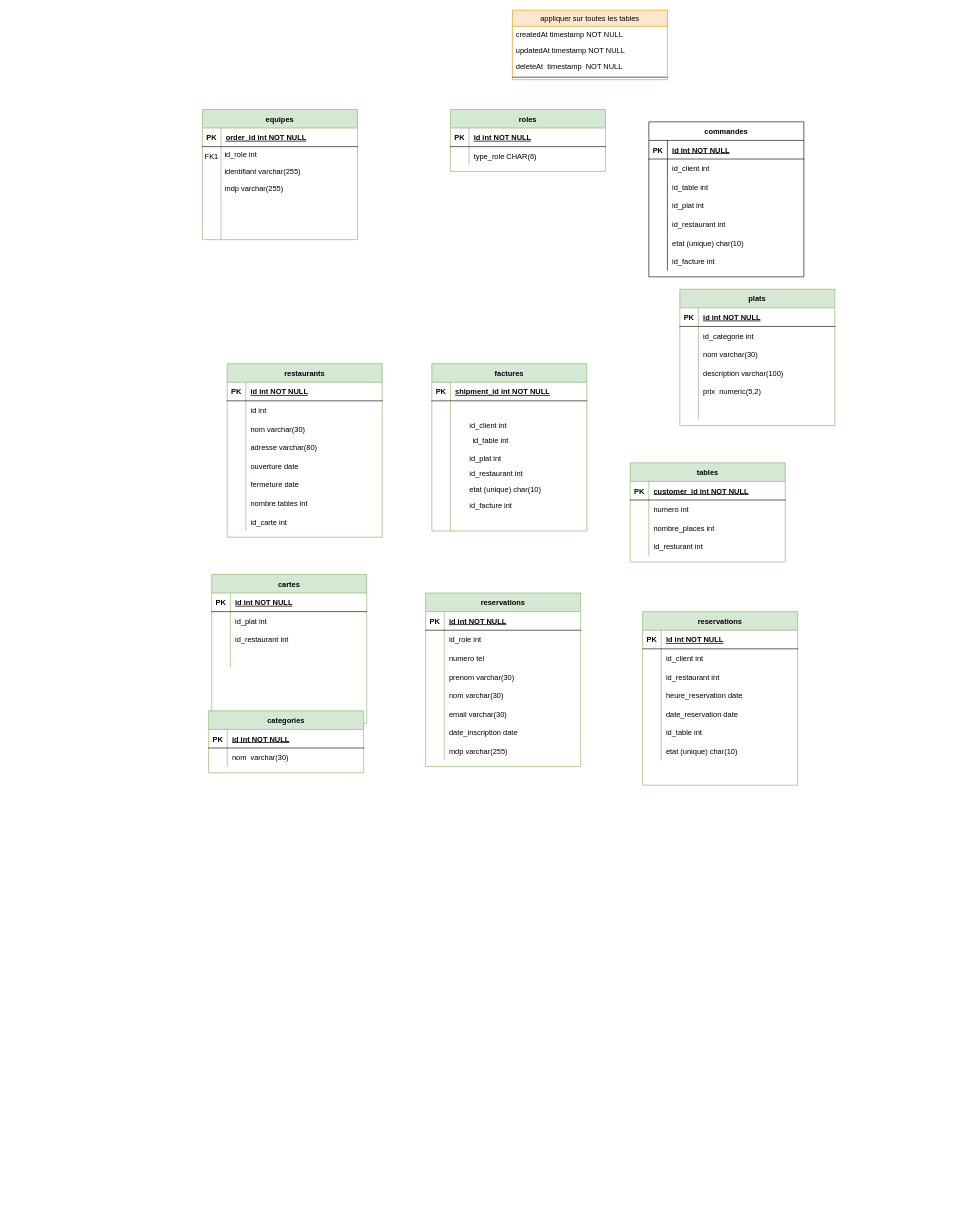
Above: TPFilRouge_Bdd.drawio in Owrow/ProjetFilRouge (draw.io), before the change. Source tidied: cells renumbered, new cells numbered last; positions are measured from the earlier drawing's top-left corner, leaving out a move shared by most shapes. Both pictures are drawn from the tidied source at 62%, with x=0, y=0 at pixel (202, 10).
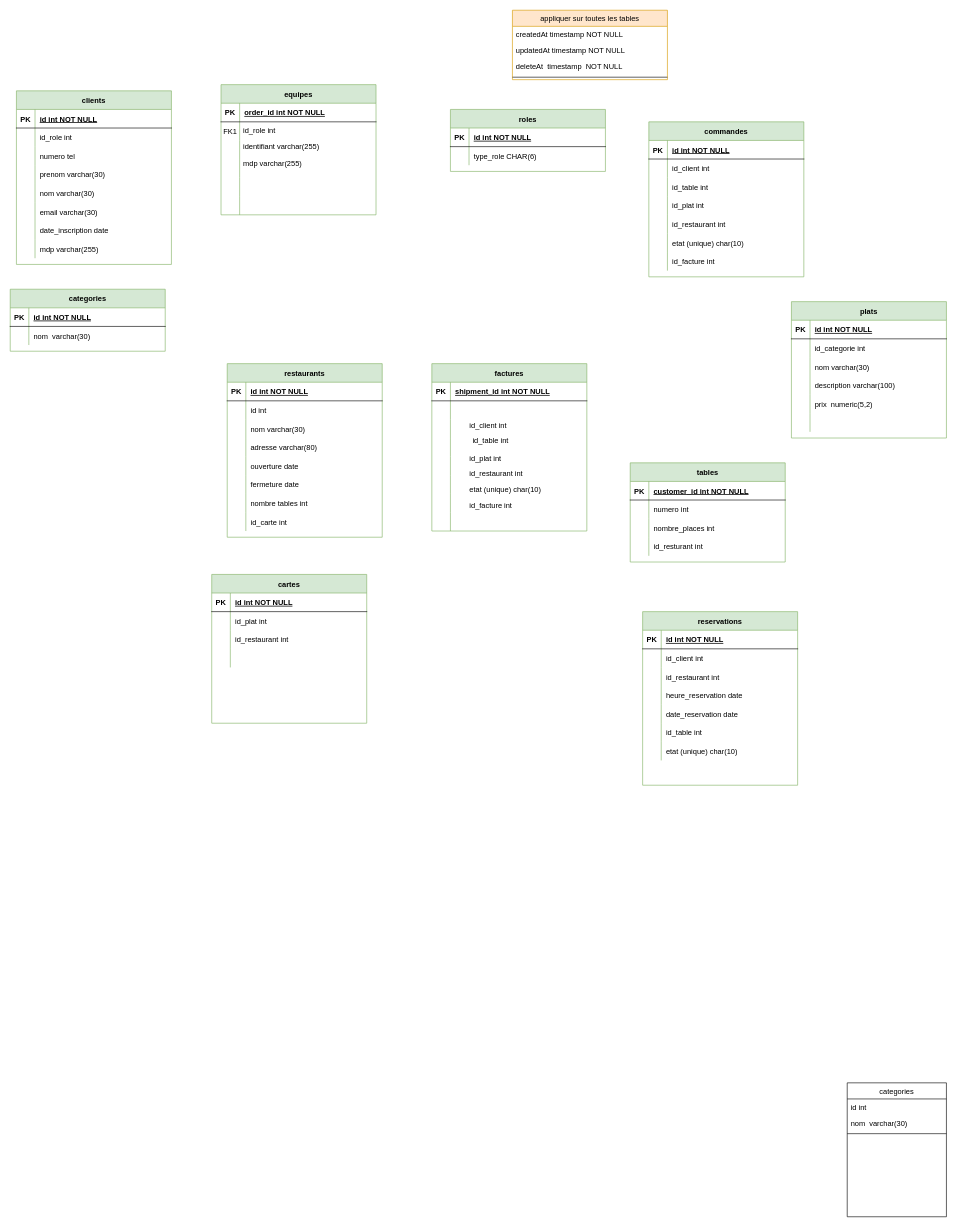
After the change.

Commit message (it also covers changes not shown here):
Mettre à jour TPFilRouge_Bdd.drawio

What changed in the source:
```diff
@@
+    <mxCell id="215" value="categories" style="swimlane;fontStyle=0;align=center;verticalAlign=top;horizontal=1;startSize=26;rounded=0;shadow=0;strokeWidth=1;" parent="1" vertex="1">
+      <mxGeometry x="1040" y="1730" width="160" height="216" as="geometry" />
+    </mxCell>
+    <mxCell id="216" value="id int" style="text;align=left;verticalAlign=top;spacingLeft=4;spacingRight=4;overflow=hidden;rounded=0;shadow=0;html=0;" parent="215" vertex="1">
+      <mxGeometry y="26" width="160" height="26" as="geometry" />
+    </mxCell>
+    <mxCell id="217" value="nom  varchar(30)" style="text;align=left;verticalAlign=top;spacingLeft=4;spacingRight=4;overflow=hidden;rounded=0;shadow=0;html=0;" parent="215" vertex="1">
+      <mxGeometry y="52" width="160" height="26" as="geometry" />
+    </mxCell>
+    <mxCell id="218" style="line;html=1;strokeWidth=1;align=left;verticalAlign=middle;spacingTop=-1;spacingLeft=3;spacingRight=3;labelPosition=right;" parent="215" vertex="1">
+      <mxGeometry y="78" width="160" height="8" as="geometry" />
+    </mxCell>
@@
     <mxCell id="71" style="group;" parent="1" vertex="1">
-      <mxGeometry y="160" width="250" height="210" as="geometry" />
+      <mxGeometry x="30" y="120" width="250" height="210" as="geometry" />
     </mxCell>
@@
-    <mxCell id="94" value="commandes" style="shape=table;startSize=30;childLayout=tableLayout;rowLines=0;fontStyle=1;align=center;" parent="1" vertex="1">
+    <mxCell id="94" value="commandes" style="shape=table;startSize=30;childLayout=tableLayout;rowLines=0;fontStyle=1;align=center;fillColor=#d5e8d4;strokeColor=#82b366;" parent="1" vertex="1">
       <mxGeometry x="720" y="180" width="250" height="250" as="geometry" />
     </mxCell>
@@
     <mxCell id="116" value="plats" style="shape=table;startSize=30;childLayout=tableLayout;rowLines=0;fontStyle=1;align=center;fillColor=#d5e8d4;strokeColor=#82b366;" parent="1" vertex="1">
-      <mxGeometry x="770" y="450" width="250" height="220" as="geometry" />
+      <mxGeometry x="950" y="470" width="250" height="220" as="geometry" />
     </mxCell>
@@
     <mxCell id="183" value="categories" style="shape=table;startSize=30;childLayout=tableLayout;rowLines=0;fontStyle=1;align=center;fillColor=#d5e8d4;strokeColor=#82b366;" parent="1" vertex="1">
-      <mxGeometry x="10" y="1130" width="250" height="100" as="geometry" />
+      <mxGeometry x="-310" y="450" width="250" height="100" as="geometry" />
     </mxCell>
@@
-    <mxCell id="190" value="reservations" style="shape=table;startSize=30;childLayout=tableLayout;rowLines=0;fontStyle=1;align=center;fillColor=#d5e8d4;strokeColor=#82b366;" parent="1" vertex="1">
-      <mxGeometry x="360" y="940" width="250" height="280" as="geometry" />
-    </mxCell>
+    <mxCell id="219" value="clients" style="shape=table;startSize=30;childLayout=tableLayout;rowLines=0;fontStyle=1;align=center;fillColor=#d5e8d4;strokeColor=#82b366;" parent="1" vertex="1">
+      <mxGeometry x="-300" y="130" width="250" height="280" as="geometry" />
+    </mxCell>
-    <mxCell id="191" style="shape=partialRectangle;fillColor=none;top=0;left=0;right=0;bottom=1;" parent="190" vertex="1">
+    <mxCell id="191" style="shape=partialRectangle;fillColor=none;top=0;left=0;right=0;bottom=1;" parent="219" vertex="1">
       <mxGeometry y="30" width="250" height="30" as="geometry" />
     </mxCell>
@@
-    <mxCell id="193" value="id int NOT NULL " style="shape=partialRectangle;overflow=hidden;fillColor=none;top=0;left=0;bottom=0;right=0;align=left;spacingLeft=6;fontStyle=5;" parent="191" vertex="1">
+    <mxCell id="193" value="id int NOT NULL" style="shape=partialRectangle;overflow=hidden;fillColor=none;top=0;left=0;bottom=0;right=0;align=left;spacingLeft=6;fontStyle=5;" parent="191" vertex="1">
       <mxGeometry x="30" width="220" height="30" as="geometry" />
     </mxCell>
-    <mxCell id="194" style="shape=partialRectangle;fillColor=none;top=0;left=0;right=0;bottom=0;" parent="190" vertex="1">
+    <mxCell id="194" style="shape=partialRectangle;fillColor=none;top=0;left=0;right=0;bottom=0;" parent="219" vertex="1">
       <mxGeometry y="60" width="250" height="30" as="geometry" />
     </mxCell>
-    <mxCell id="195" style="shape=partialRectangle;overflow=hidden;fillColor=none;top=0;left=0;bottom=0;right=0;" parent="194" vertex="1">
-      <mxGeometry width="30" height="30" as="geometry" />
-    </mxCell>
+    <mxCell id="220" style="shape=partialRectangle;overflow=hidden;fillColor=none;top=0;left=0;bottom=0;right=0;" parent="194" vertex="1">
+      <mxGeometry width="30" height="30" as="geometry" />
+    </mxCell>
@@
-    <mxCell id="197" style="shape=partialRectangle;fillColor=none;top=0;left=0;right=0;bottom=0;" parent="190" vertex="1">
+    <mxCell id="197" style="shape=partialRectangle;fillColor=none;top=0;left=0;right=0;bottom=0;" parent="219" vertex="1">
       <mxGeometry y="90" width="250" height="30" as="geometry" />
     </mxCell>
-    <mxCell id="198" style="shape=partialRectangle;overflow=hidden;fillColor=none;top=0;left=0;bottom=0;right=0;" parent="197" vertex="1">
-      <mxGeometry width="30" height="30" as="geometry" />
-    </mxCell>
+    <mxCell id="221" style="shape=partialRectangle;overflow=hidden;fillColor=none;top=0;left=0;bottom=0;right=0;" parent="197" vertex="1">
+      <mxGeometry width="30" height="30" as="geometry" />
+    </mxCell>
@@
-    <mxCell id="200" style="shape=partialRectangle;fillColor=none;top=0;left=0;right=0;bottom=0;" parent="190" vertex="1">
+    <mxCell id="200" style="shape=partialRectangle;fillColor=none;top=0;left=0;right=0;bottom=0;" parent="219" vertex="1">
       <mxGeometry y="120" width="250" height="30" as="geometry" />
     </mxCell>
-    <mxCell id="201" style="shape=partialRectangle;overflow=hidden;fillColor=none;top=0;left=0;bottom=0;right=0;" parent="200" vertex="1">
-      <mxGeometry width="30" height="30" as="geometry" />
-    </mxCell>
+    <mxCell id="222" style="shape=partialRectangle;overflow=hidden;fillColor=none;top=0;left=0;bottom=0;right=0;" parent="200" vertex="1">
+      <mxGeometry width="30" height="30" as="geometry" />
+    </mxCell>
@@
-    <mxCell id="203" style="shape=partialRectangle;fillColor=none;top=0;left=0;right=0;bottom=0;" parent="190" vertex="1">
+    <mxCell id="203" style="shape=partialRectangle;fillColor=none;top=0;left=0;right=0;bottom=0;" parent="219" vertex="1">
       <mxGeometry y="150" width="250" height="30" as="geometry" />
     </mxCell>
-    <mxCell id="204" style="shape=partialRectangle;overflow=hidden;fillColor=none;top=0;left=0;bottom=0;right=0;" parent="203" vertex="1">
-      <mxGeometry width="30" height="30" as="geometry" />
-    </mxCell>
+    <mxCell id="223" style="shape=partialRectangle;overflow=hidden;fillColor=none;top=0;left=0;bottom=0;right=0;" parent="203" vertex="1">
+      <mxGeometry width="30" height="30" as="geometry" />
+    </mxCell>
@@
-    <mxCell id="206" style="shape=partialRectangle;fillColor=none;top=0;left=0;right=0;bottom=0;" parent="190" vertex="1">
+    <mxCell id="206" style="shape=partialRectangle;fillColor=none;top=0;left=0;right=0;bottom=0;" parent="219" vertex="1">
       <mxGeometry y="180" width="250" height="30" as="geometry" />
     </mxCell>
-    <mxCell id="207" style="shape=partialRectangle;overflow=hidden;fillColor=none;top=0;left=0;bottom=0;right=0;" parent="206" vertex="1">
-      <mxGeometry width="30" height="30" as="geometry" />
-    </mxCell>
+    <mxCell id="224" style="shape=partialRectangle;overflow=hidden;fillColor=none;top=0;left=0;bottom=0;right=0;" parent="206" vertex="1">
+      <mxGeometry width="30" height="30" as="geometry" />
+    </mxCell>
@@
-    <mxCell id="209" style="shape=partialRectangle;fillColor=none;top=0;left=0;right=0;bottom=0;" parent="190" vertex="1">
+    <mxCell id="209" style="shape=partialRectangle;fillColor=none;top=0;left=0;right=0;bottom=0;" parent="219" vertex="1">
       <mxGeometry y="210" width="250" height="30" as="geometry" />
     </mxCell>
-    <mxCell id="210" style="shape=partialRectangle;overflow=hidden;fillColor=none;top=0;left=0;bottom=0;right=0;" parent="209" vertex="1">
-      <mxGeometry width="30" height="30" as="geometry" />
-    </mxCell>
+    <mxCell id="225" style="shape=partialRectangle;overflow=hidden;fillColor=none;top=0;left=0;bottom=0;right=0;" parent="209" vertex="1">
+      <mxGeometry width="30" height="30" as="geometry" />
+    </mxCell>
@@
-    <mxCell id="212" style="shape=partialRectangle;fillColor=none;top=0;left=0;right=0;bottom=0;" parent="190" vertex="1">
+    <mxCell id="212" style="shape=partialRectangle;fillColor=none;top=0;left=0;right=0;bottom=0;" parent="219" vertex="1">
       <mxGeometry y="240" width="250" height="30" as="geometry" />
     </mxCell>
-    <mxCell id="213" style="shape=partialRectangle;overflow=hidden;fillColor=none;top=0;left=0;bottom=0;right=0;" parent="212" vertex="1">
-      <mxGeometry width="30" height="30" as="geometry" />
-    </mxCell>
+    <mxCell id="226" style="shape=partialRectangle;overflow=hidden;fillColor=none;top=0;left=0;bottom=0;right=0;" parent="212" vertex="1">
+      <mxGeometry width="30" height="30" as="geometry" />
+    </mxCell>
```
